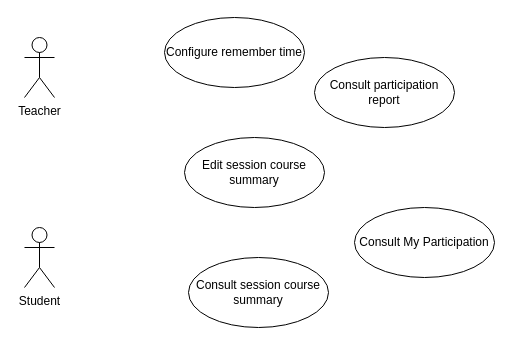
Above: Calculatrice/ES PKFRC use case local bbbtracker.drawio in sngdtechnologies/Calculatrice (draw.io), before the change. Source tidied: cells renumbered, new cells numbered last; positions are measured from the earlier drawing's top-left corner, leaving out a move shared by most shapes. Both pictures are drawn from the tidied source at 100%, with x=0, y=0 at pixel (24, 17).
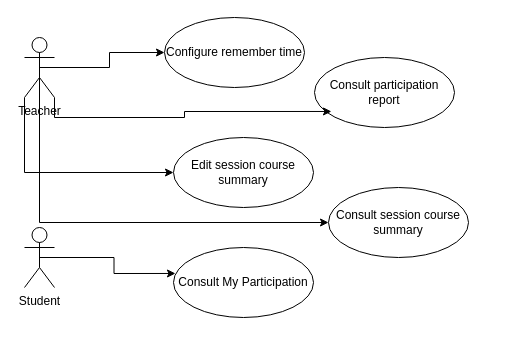
The same diagram, later.

Commit message (it also covers changes not shown here):
Mettre à jour ES PKFRC use case local bbbtracker.drawio

Diff of the diagram source:
```diff
@@
 <mxGraphModel>
   <root>
     <mxCell id="0" />
     <mxCell id="1" parent="0" />
     <mxCell id="2" value="Edit session course summary" style="ellipse;whiteSpace=wrap;html=1;" parent="1" vertex="1">
-      <mxGeometry x="160" y="120" width="140" height="70" as="geometry" />
+      <mxGeometry x="149" y="120" width="140" height="70" as="geometry" />
     </mxCell>
     <mxCell id="3" value="Consult session course summary" style="ellipse;whiteSpace=wrap;html=1;" parent="1" vertex="1">
-      <mxGeometry x="164" y="240" width="140" height="70" as="geometry" />
+      <mxGeometry x="304" y="170" width="140" height="70" as="geometry" />
     </mxCell>
     <mxCell id="4" value="Configure remember time" style="ellipse;whiteSpace=wrap;html=1;" parent="1" vertex="1">
       <mxGeometry x="140" width="140" height="70" as="geometry" />
     </mxCell>
     <mxCell id="5" value="Consult My Participation" style="ellipse;whiteSpace=wrap;html=1;" parent="1" vertex="1">
-      <mxGeometry x="330" y="190" width="140" height="70" as="geometry" />
+      <mxGeometry x="149" y="230" width="140" height="70" as="geometry" />
     </mxCell>
     <mxCell id="6" value="Consult participation report" style="ellipse;whiteSpace=wrap;html=1;" parent="1" vertex="1">
       <mxGeometry x="290" y="40" width="140" height="70" as="geometry" />
     </mxCell>
     <mxCell id="7" value="Student" style="shape=umlActor;verticalLabelPosition=bottom;verticalAlign=top;html=1;" parent="1" vertex="1">
       <mxGeometry y="210" width="30" height="60" as="geometry" />
     </mxCell>
+    <mxCell id="9" style="edgeStyle=orthogonalEdgeStyle;rounded=0;jettySize=auto;html=1;exitX=0.5;exitY=0.5;exitDx=0;exitDy=0;exitPerimeter=0;" parent="1" edge="1" source="8" target="4">
+      <mxGeometry relative="1" as="geometry" />
+    </mxCell>
+    <mxCell id="10" style="edgeStyle=orthogonalEdgeStyle;rounded=0;jettySize=auto;html=1;exitX=0;exitY=1;exitDx=0;exitDy=0;exitPerimeter=0;entryX=0;entryY=0.5;entryDx=0;entryDy=0;" parent="1" edge="1" source="8" target="2">
+      <mxGeometry relative="1" as="geometry" />
+    </mxCell>
+    <mxCell id="11" style="edgeStyle=orthogonalEdgeStyle;rounded=0;jettySize=auto;html=1;exitX=0.5;exitY=0.5;exitDx=0;exitDy=0;exitPerimeter=0;entryX=0;entryY=0.5;entryDx=0;entryDy=0;" parent="1" edge="1" source="8" target="3">
+      <mxGeometry relative="1" as="geometry">
+        <Array as="points">
+          <mxPoint x="15" y="205" />
+        </Array>
+      </mxGeometry>
+    </mxCell>
     <mxCell id="8" value="Teacher" style="shape=umlActor;verticalLabelPosition=bottom;verticalAlign=top;html=1;" parent="1" vertex="1">
       <mxGeometry y="20" width="30" height="60" as="geometry" />
     </mxCell>
+    <mxCell id="12" style="edgeStyle=orthogonalEdgeStyle;rounded=0;jettySize=auto;html=1;exitX=1;exitY=1;exitDx=0;exitDy=0;exitPerimeter=0;entryX=0.121;entryY=0.771;entryDx=0;entryDy=0;entryPerimeter=0;" parent="1" edge="1" source="8" target="6">
+      <mxGeometry relative="1" as="geometry" />
+    </mxCell>
+    <mxCell id="13" style="edgeStyle=orthogonalEdgeStyle;rounded=0;jettySize=auto;html=1;exitX=0.5;exitY=0.5;exitDx=0;exitDy=0;exitPerimeter=0;entryX=0.014;entryY=0.371;entryDx=0;entryDy=0;entryPerimeter=0;" parent="1" edge="1" source="7" target="5">
+      <mxGeometry relative="1" as="geometry" />
+    </mxCell>
   </root>
 </mxGraphModel>
```
